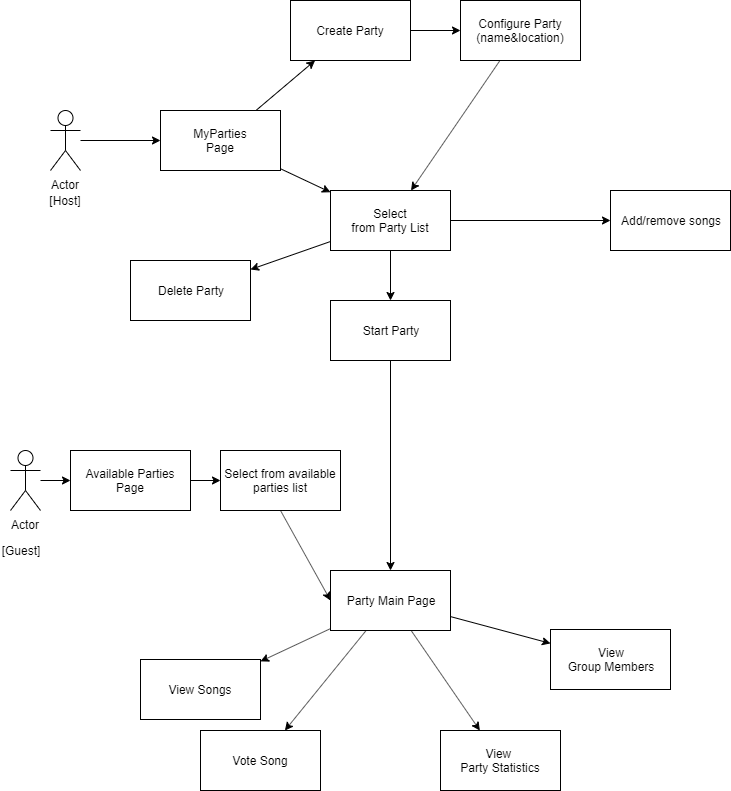
Earlier version of the draw.io export Arhitectura/flowApp- UseCase.png (SirCQQ/MUP). Source tidied: cells renumbered, new cells last; positions are measured from the earlier drawing's top-left corner, leaving out a move shared by most shapes. Its diagram source:
```xml
<mxGraphModel>
  <root>
    <mxCell id="0" />
    <mxCell id="1" parent="0" />
    <mxCell id="2" style="edgeStyle=orthogonalEdgeStyle;rounded=0;jettySize=auto;html=1;" parent="1" edge="1" source="3" target="6">
      <mxGeometry relative="1" as="geometry" />
    </mxCell>
    <mxCell id="3" value="Actor" style="shape=umlActor;verticalLabelPosition=bottom;labelBackgroundColor=#ffffff;verticalAlign=top;html=1;outlineConnect=0;" parent="1" vertex="1">
      <mxGeometry x="50" y="110" width="30" height="60" as="geometry" />
    </mxCell>
    <mxCell id="4" style="rounded=0;jettySize=auto;html=1;" parent="1" edge="1" source="6" target="7">
      <mxGeometry relative="1" as="geometry" />
    </mxCell>
    <mxCell id="5" style="rounded=0;jettySize=auto;html=1;" parent="1" edge="1" source="6" target="12">
      <mxGeometry relative="1" as="geometry" />
    </mxCell>
    <mxCell id="6" value="MyParties&lt;br&gt;Page" style="rounded=0;whiteSpace=wrap;html=1;" parent="1" vertex="1">
      <mxGeometry x="160" y="110" width="120" height="60" as="geometry" />
    </mxCell>
    <mxCell id="7" value="Create Party" style="rounded=0;whiteSpace=wrap;html=1;" parent="1" vertex="1">
      <mxGeometry x="290" width="120" height="60" as="geometry" />
    </mxCell>
    <mxCell id="8" value="Delete Party" style="rounded=0;whiteSpace=wrap;html=1;" parent="1" vertex="1">
      <mxGeometry x="130" y="260" width="120" height="60" as="geometry" />
    </mxCell>
    <mxCell id="9" style="rounded=0;jettySize=auto;html=1;" parent="1" edge="1" source="12" target="8">
      <mxGeometry relative="1" as="geometry" />
    </mxCell>
    <mxCell id="10" style="rounded=0;jettySize=auto;html=1;" parent="1" edge="1" source="12" target="16">
      <mxGeometry relative="1" as="geometry" />
    </mxCell>
    <mxCell id="11" style="rounded=0;jettySize=auto;html=1;" parent="1" edge="1" source="12" target="19">
      <mxGeometry relative="1" as="geometry" />
    </mxCell>
    <mxCell id="12" value="Select&lt;br&gt;from Party List" style="rounded=0;whiteSpace=wrap;html=1;" parent="1" vertex="1">
      <mxGeometry x="330" y="190" width="120" height="60" as="geometry" />
    </mxCell>
    <mxCell id="13" style="edgeStyle=none;rounded=0;jettySize=auto;html=1;" parent="1" edge="1" source="14" target="12">
      <mxGeometry relative="1" as="geometry" />
    </mxCell>
    <mxCell id="14" value="Configure Party&lt;br&gt;(name&amp;amp;location)" style="rounded=0;whiteSpace=wrap;html=1;" parent="1" vertex="1">
      <mxGeometry x="460" width="120" height="60" as="geometry" />
    </mxCell>
    <mxCell id="15" style="endArrow=classic;html=1;exitX=1;exitY=0.5;exitDx=0;exitDy=0;entryX=0;entryY=0.5;entryDx=0;entryDy=0;" parent="1" edge="1" source="7" target="14">
      <mxGeometry relative="1" as="geometry" />
    </mxCell>
    <mxCell id="16" value="Add/remove songs&lt;br&gt;" style="rounded=0;whiteSpace=wrap;html=1;" parent="1" vertex="1">
      <mxGeometry x="610" y="190" width="120" height="60" as="geometry" />
    </mxCell>
    <mxCell id="17" value="[Host]" style="text;html=1;strokeColor=none;fillColor=none;align=center;verticalAlign=middle;whiteSpace=wrap;rounded=0;" parent="1" vertex="1">
      <mxGeometry x="45" y="190" width="40" height="20" as="geometry" />
    </mxCell>
    <mxCell id="18" style="edgeStyle=none;rounded=0;jettySize=auto;html=1;" parent="1" edge="1" source="19" target="24">
      <mxGeometry relative="1" as="geometry" />
    </mxCell>
    <mxCell id="19" value="Start Party" style="rounded=0;whiteSpace=wrap;html=1;" parent="1" vertex="1">
      <mxGeometry x="330" y="300" width="120" height="60" as="geometry" />
    </mxCell>
    <mxCell id="20" style="edgeStyle=none;rounded=0;jettySize=auto;html=1;" parent="1" edge="1" source="24" target="28">
      <mxGeometry relative="1" as="geometry" />
    </mxCell>
    <mxCell id="21" style="edgeStyle=none;rounded=0;jettySize=auto;html=1;" parent="1" edge="1" source="24" target="27">
      <mxGeometry relative="1" as="geometry" />
    </mxCell>
    <mxCell id="22" style="edgeStyle=none;rounded=0;jettySize=auto;html=1;" parent="1" edge="1" source="24" target="26">
      <mxGeometry relative="1" as="geometry" />
    </mxCell>
    <mxCell id="23" style="edgeStyle=none;rounded=0;jettySize=auto;html=1;" parent="1" edge="1" source="24" target="25">
      <mxGeometry relative="1" as="geometry" />
    </mxCell>
    <mxCell id="24" value="Party Main Page" style="rounded=0;whiteSpace=wrap;html=1;" parent="1" vertex="1">
      <mxGeometry x="330" y="570" width="120" height="60" as="geometry" />
    </mxCell>
    <mxCell id="25" value="Vote Song" style="rounded=0;whiteSpace=wrap;html=1;" parent="1" vertex="1">
      <mxGeometry x="200" y="730" width="120" height="60" as="geometry" />
    </mxCell>
    <mxCell id="26" value="View Songs" style="rounded=0;whiteSpace=wrap;html=1;" parent="1" vertex="1">
      <mxGeometry x="140" y="659" width="120" height="60" as="geometry" />
    </mxCell>
    <mxCell id="27" value="View&lt;br&gt;Group Members" style="rounded=0;whiteSpace=wrap;html=1;" parent="1" vertex="1">
      <mxGeometry x="550" y="629" width="120" height="60" as="geometry" />
    </mxCell>
    <mxCell id="28" value="View &lt;br&gt;Party Statistics" style="rounded=0;whiteSpace=wrap;html=1;" parent="1" vertex="1">
      <mxGeometry x="440" y="730" width="120" height="60" as="geometry" />
    </mxCell>
    <mxCell id="29" style="edgeStyle=none;rounded=0;jettySize=auto;html=1;" parent="1" edge="1" source="30" target="33">
      <mxGeometry relative="1" as="geometry" />
    </mxCell>
    <mxCell id="30" value="Actor" style="shape=umlActor;verticalLabelPosition=bottom;labelBackgroundColor=#ffffff;verticalAlign=top;html=1;outlineConnect=0;" parent="1" vertex="1">
      <mxGeometry x="10" y="450" width="30" height="60" as="geometry" />
    </mxCell>
    <mxCell id="31" value="[Guest]" style="text;html=1;strokeColor=none;fillColor=none;align=center;verticalAlign=middle;whiteSpace=wrap;rounded=0;" parent="1" vertex="1">
      <mxGeometry y="540" width="40" height="20" as="geometry" />
    </mxCell>
    <mxCell id="32" style="edgeStyle=none;rounded=0;jettySize=auto;html=1;" parent="1" edge="1" source="33" target="35">
      <mxGeometry relative="1" as="geometry" />
    </mxCell>
    <mxCell id="33" value="Available Parties Page&lt;br&gt;" style="rounded=0;whiteSpace=wrap;html=1;" parent="1" vertex="1">
      <mxGeometry x="70" y="450" width="120" height="60" as="geometry" />
    </mxCell>
    <mxCell id="34" style="edgeStyle=none;rounded=0;jettySize=auto;html=1;exitX=0.5;exitY=1;exitDx=0;exitDy=0;entryX=0;entryY=0.5;entryDx=0;entryDy=0;" parent="1" edge="1" source="35" target="24">
      <mxGeometry relative="1" as="geometry" />
    </mxCell>
    <mxCell id="35" value="Select from available parties&amp;nbsp;list" style="rounded=0;whiteSpace=wrap;html=1;" parent="1" vertex="1">
      <mxGeometry x="220" y="450" width="120" height="60" as="geometry" />
    </mxCell>
  </root>
</mxGraphModel>
```
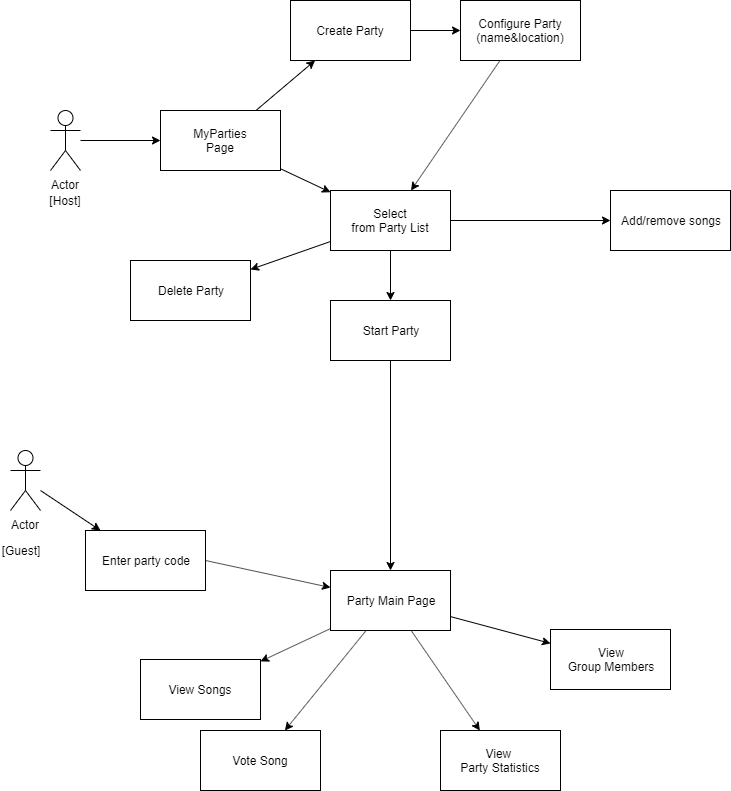
After the commit.

Diff of the diagram source:
```diff
@@ -92,17 +92,11 @@
     <mxCell id="31" value="[Guest]" style="text;html=1;strokeColor=none;fillColor=none;align=center;verticalAlign=middle;whiteSpace=wrap;rounded=0;" parent="1" vertex="1">
       <mxGeometry y="540" width="40" height="20" as="geometry" />
     </mxCell>
-    <mxCell id="32" style="edgeStyle=none;rounded=0;jettySize=auto;html=1;" parent="1" edge="1" source="33" target="35">
-      <mxGeometry relative="1" as="geometry" />
-    </mxCell>
+    <mxCell id="36" style="rounded=0;jettySize=auto;html=1;exitX=1;exitY=0.5;exitDx=0;exitDy=0;" parent="1" edge="1" source="33" target="24">
+      <mxGeometry relative="1" as="geometry" />
+    </mxCell>
-    <mxCell id="33" value="Available Parties Page&lt;br&gt;" style="rounded=0;whiteSpace=wrap;html=1;" parent="1" vertex="1">
-      <mxGeometry x="70" y="450" width="120" height="60" as="geometry" />
+    <mxCell id="33" value="Enter party code" style="rounded=0;whiteSpace=wrap;html=1;" parent="1" vertex="1">
+      <mxGeometry x="85" y="530" width="120" height="60" as="geometry" />
     </mxCell>
-    <mxCell id="34" style="edgeStyle=none;rounded=0;jettySize=auto;html=1;exitX=0.5;exitY=1;exitDx=0;exitDy=0;entryX=0;entryY=0.5;entryDx=0;entryDy=0;" parent="1" edge="1" source="35" target="24">
-      <mxGeometry relative="1" as="geometry" />
-    </mxCell>
-    <mxCell id="35" value="Select from available parties&amp;nbsp;list" style="rounded=0;whiteSpace=wrap;html=1;" parent="1" vertex="1">
-      <mxGeometry x="220" y="450" width="120" height="60" as="geometry" />
-    </mxCell>
   </root>
 </mxGraphModel>
```
